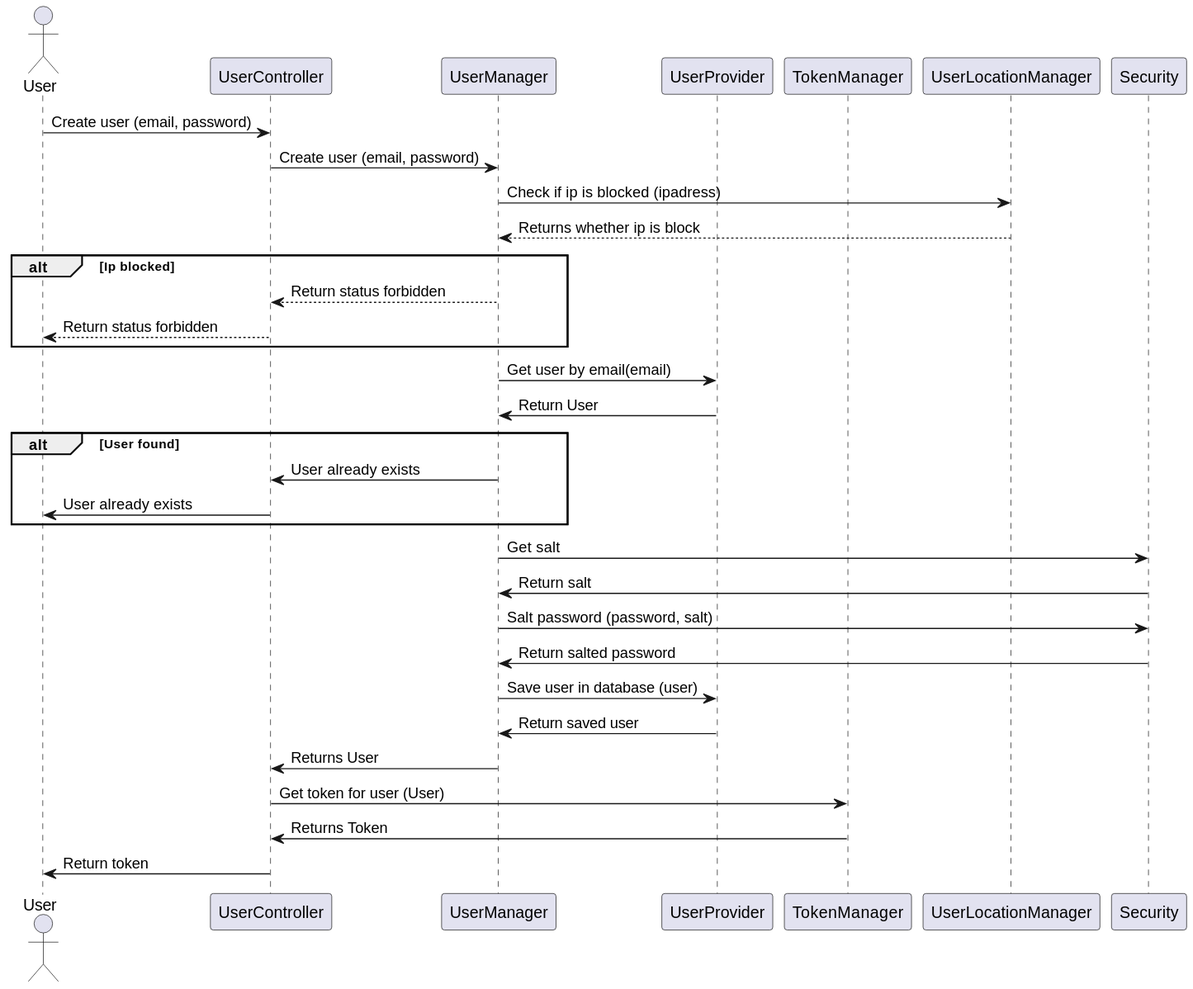
Earlier version of the PlantUML export Docs/out/SDDiagrams/CreateUserSD/Create User SD.svg (blackout1471/trust-us-school).
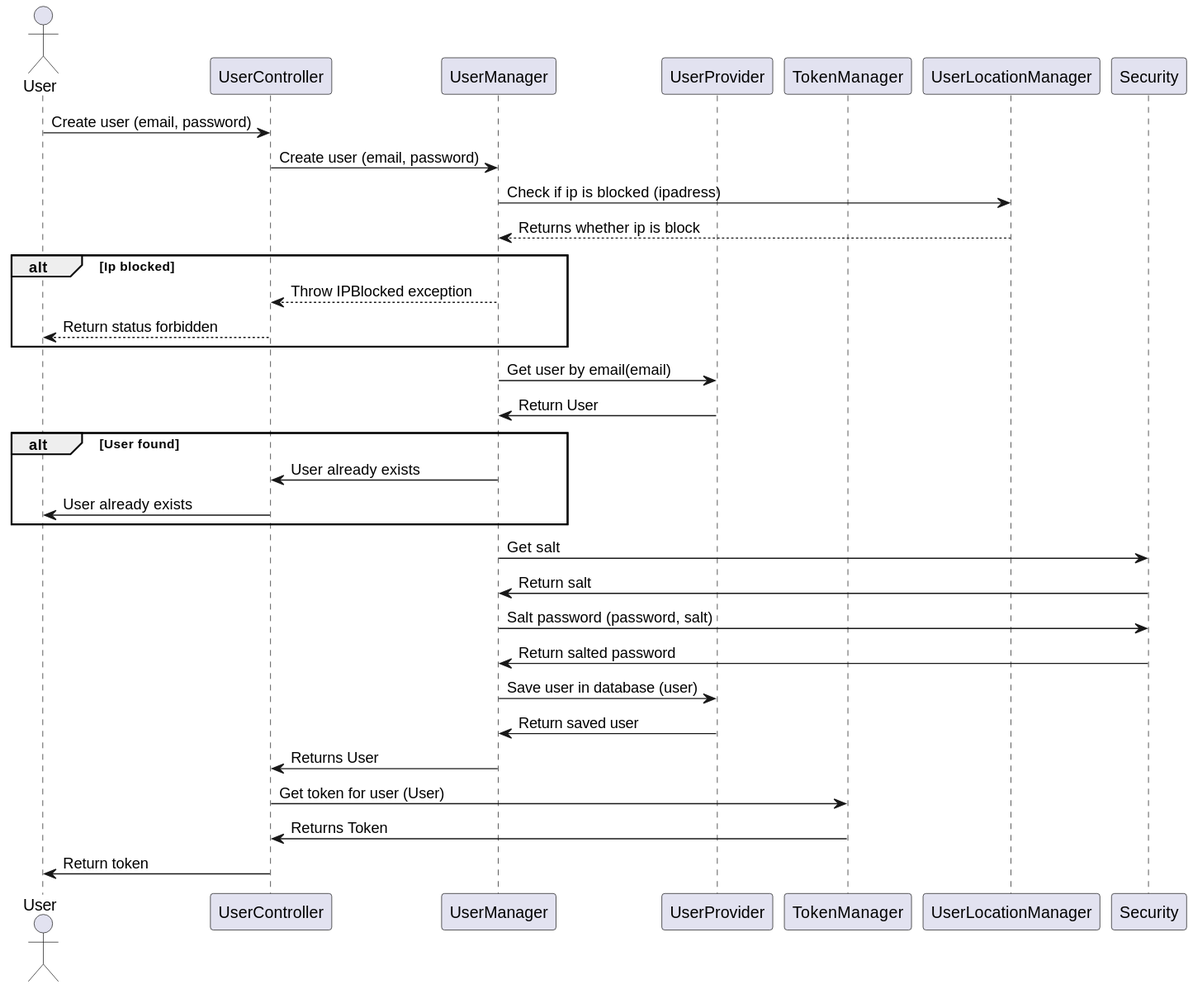
Above is the later version.

Commit message:
Exported diagrams

Diff of the diagram source:
```diff
@@ -17,7 +17,7 @@
 UserLocationManager-->UserManager: Returns whether ip is block
 
 alt Ip blocked
-UserManager-->UserController: Return status forbidden
+UserManager-->UserController: Throw IPBlocked exception
 UserController-->User: Return status forbidden
 end
 
```
